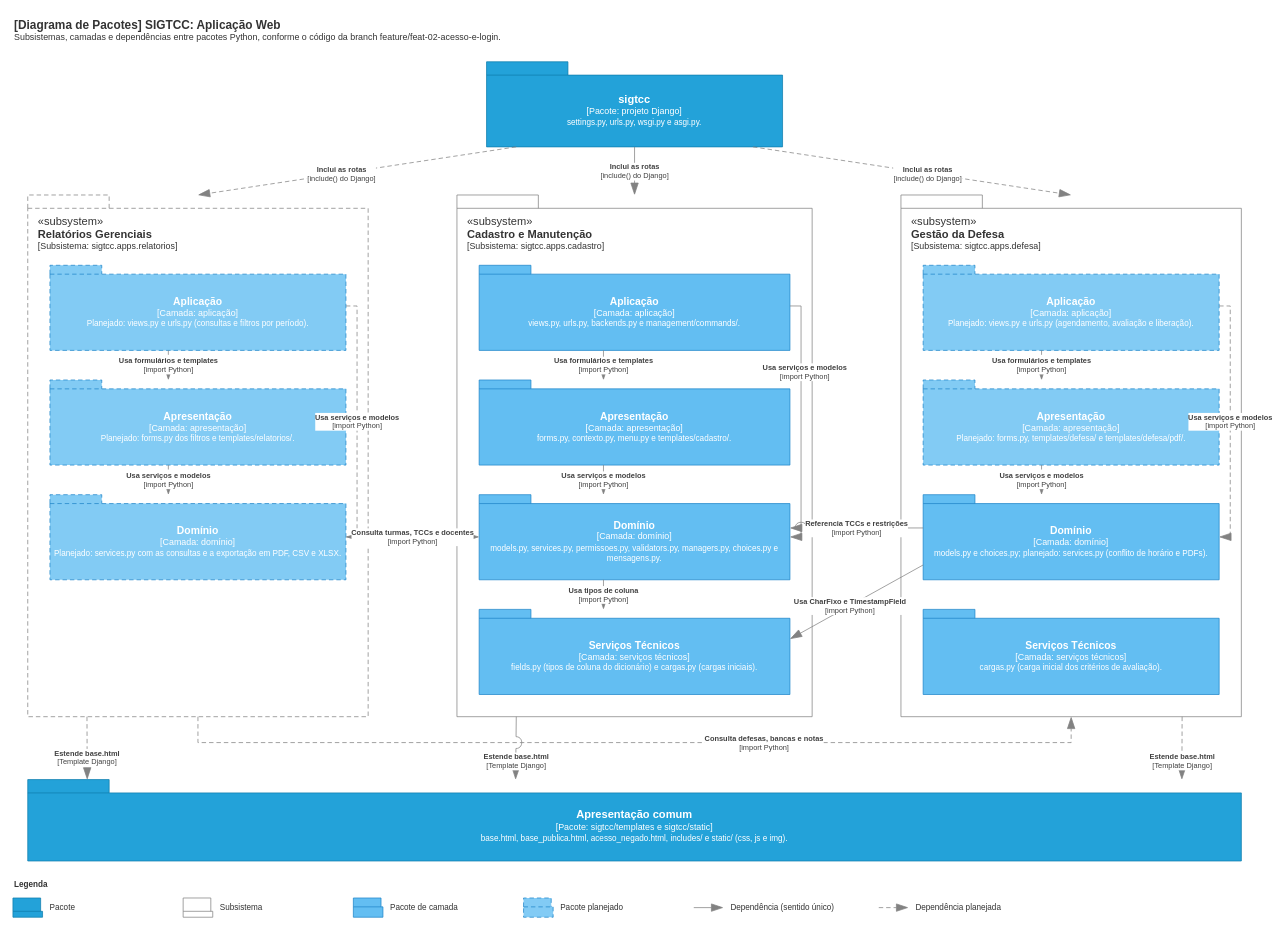
This is docs/arquitetura/Pacotes_SIGTCC.drawio from celiobenj/SIGTCC, a draw.io file, before an edit. Source tidied: cells renumbered, new cells numbered last; positions are measured from the earlier drawing's top-left corner, leaving out a move shared by most shapes. Both pictures are drawn from the tidied source at 74%, with x=0, y=0 at pixel (13, 13).
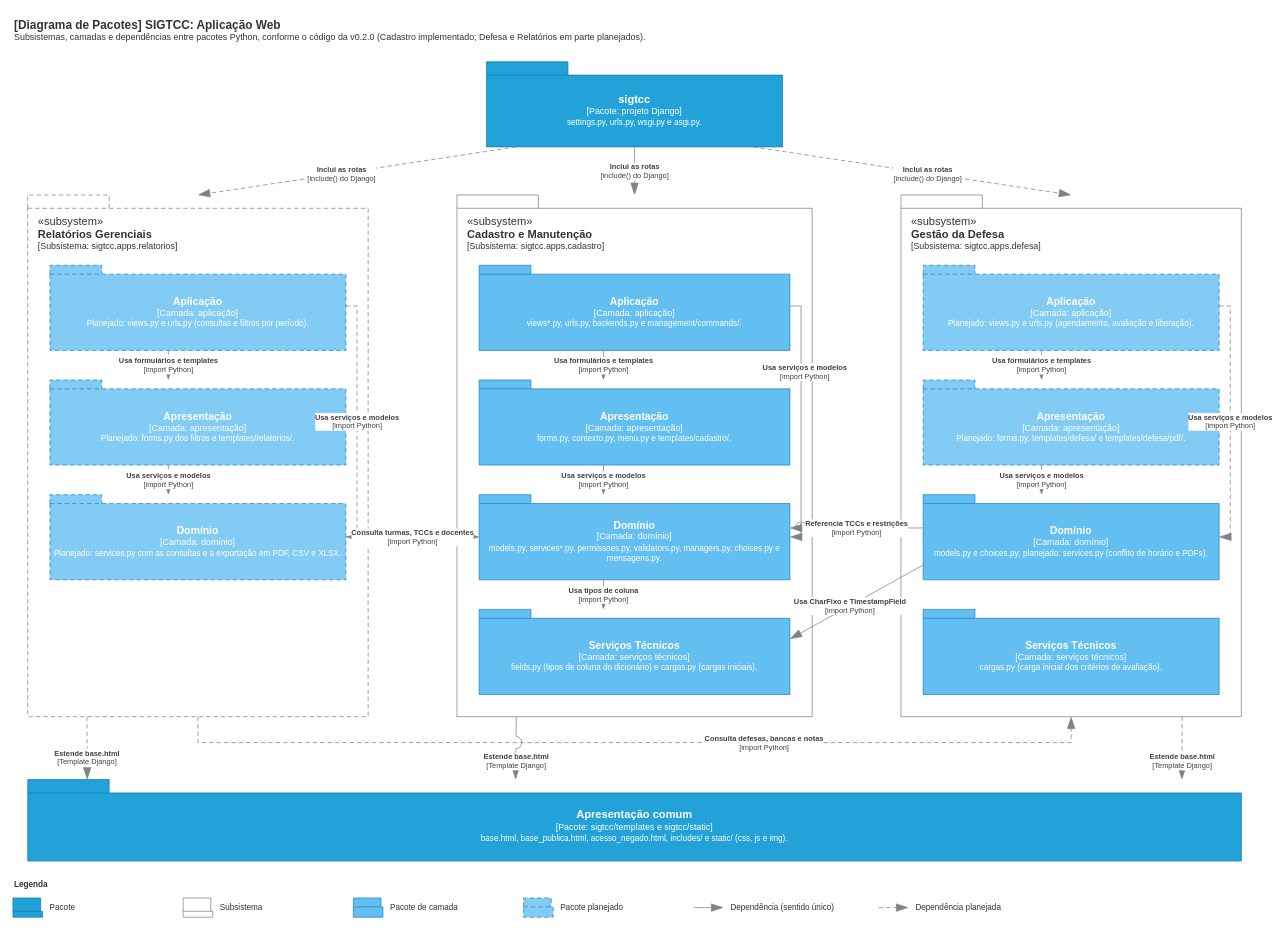
Above is the later version.

What changed in the source:
```diff
@@
-    <mxCell id="2" value="&lt;font style=&quot;font-size:16px&quot;&gt;&lt;b&gt;[Diagrama de Pacotes] SIGTCC: Aplicação Web&lt;/b&gt;&lt;/font&gt;&lt;div&gt;Subsistemas, camadas e dependências entre pacotes Python, conforme o código da branch feature/feat-02-acesso-e-login.&lt;/div&gt;" style="text;html=1;strokeColor=none;fillColor=none;align=left;verticalAlign=top;whiteSpace=wrap;rounded=0;fontColor=#333333;" parent="1" vertex="1">
+    <mxCell id="2" value="&lt;font style=&quot;font-size:16px&quot;&gt;&lt;b&gt;[Diagrama de Pacotes] SIGTCC: Aplicação Web&lt;/b&gt;&lt;/font&gt;&lt;div&gt;Subsistemas, camadas e dependências entre pacotes Python, conforme o código da v0.2.0 (Cadastro implementado; Defesa e Relatórios em parte planejados).&lt;/div&gt;" style="text;html=1;strokeColor=none;fillColor=none;align=left;verticalAlign=top;whiteSpace=wrap;rounded=0;fontColor=#333333;" parent="1" vertex="1">
       <mxGeometry width="1300" height="46" as="geometry" />
     </mxCell>
@@
-    <mxCell id="10" value="&lt;font style=&quot;font-size:14px&quot;&gt;&lt;b&gt;Aplicação&lt;/b&gt;&lt;/font&gt;&lt;div&gt;[Camada: aplicação]&lt;/div&gt;&lt;div&gt;&lt;font style=&quot;font-size:11px&quot;&gt;views.py, urls.py, backends.py e management/commands/.&lt;/font&gt;&lt;/div&gt;" style="shape=folder;tabWidth=110;tabHeight=18;tabPosition=left;whiteSpace=wrap;html=1;tabWidth=70;tabHeight=12;fillColor=#63BEF2;strokeColor=#2086C9;fontColor=#ffffff;align=center;verticalAlign=middle;spacingTop=10;" parent="1" vertex="1">
+    <mxCell id="10" value="&lt;font style=&quot;font-size:14px&quot;&gt;&lt;b&gt;Aplicação&lt;/b&gt;&lt;/font&gt;&lt;div&gt;[Camada: aplicação]&lt;/div&gt;&lt;div&gt;&lt;font style=&quot;font-size:11px&quot;&gt;views*.py, urls.py, backends.py e management/commands/.&lt;/font&gt;&lt;/div&gt;" style="shape=folder;tabWidth=110;tabHeight=18;tabPosition=left;whiteSpace=wrap;html=1;tabWidth=70;tabHeight=12;fillColor=#63BEF2;strokeColor=#2086C9;fontColor=#ffffff;align=center;verticalAlign=middle;spacingTop=10;" parent="1" vertex="1">
       <mxGeometry x="630" y="341" width="420" height="115" as="geometry" />
     </mxCell>
@@
-    <mxCell id="12" value="&lt;font style=&quot;font-size:14px&quot;&gt;&lt;b&gt;Domínio&lt;/b&gt;&lt;/font&gt;&lt;div&gt;[Camada: domínio]&lt;/div&gt;&lt;div&gt;&lt;font style=&quot;font-size:11px&quot;&gt;models.py, services.py, permissoes.py, validators.py, managers.py, choices.py e mensagens.py.&lt;/font&gt;&lt;/div&gt;" style="shape=folder;tabWidth=110;tabHeight=18;tabPosition=left;whiteSpace=wrap;html=1;tabWidth=70;tabHeight=12;fillColor=#63BEF2;strokeColor=#2086C9;fontColor=#ffffff;align=center;verticalAlign=middle;spacingTop=10;" parent="1" vertex="1">
+    <mxCell id="12" value="&lt;font style=&quot;font-size:14px&quot;&gt;&lt;b&gt;Domínio&lt;/b&gt;&lt;/font&gt;&lt;div&gt;[Camada: domínio]&lt;/div&gt;&lt;div&gt;&lt;font style=&quot;font-size:11px&quot;&gt;models.py, services*.py, permissoes.py, validators.py, managers.py, choices.py e mensagens.py.&lt;/font&gt;&lt;/div&gt;" style="shape=folder;tabWidth=110;tabHeight=18;tabPosition=left;whiteSpace=wrap;html=1;tabWidth=70;tabHeight=12;fillColor=#63BEF2;strokeColor=#2086C9;fontColor=#ffffff;align=center;verticalAlign=middle;spacingTop=10;" parent="1" vertex="1">
       <mxGeometry x="630" y="651" width="420" height="115" as="geometry" />
     </mxCell>
```
